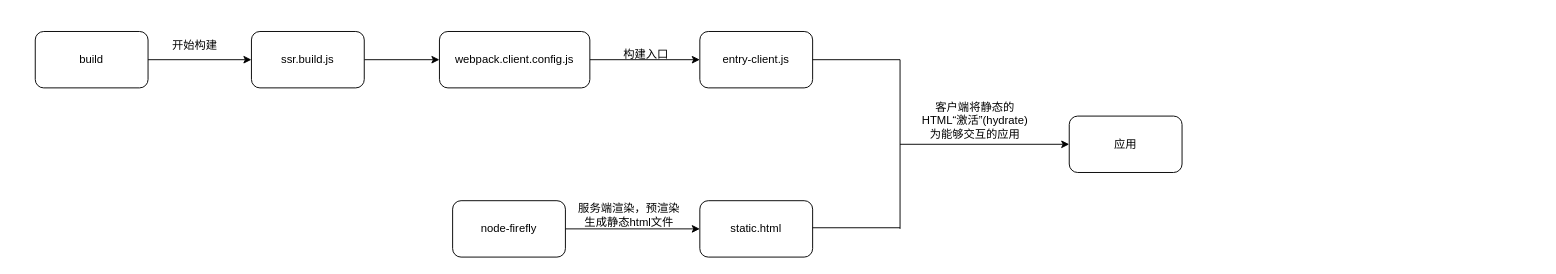
Hantron/jira keeps this draw.io diagram as 建站落地页构建路径.drawio. Above is the earlier version. Source tidied: cells renumbered, new cells numbered last; positions are measured from the earlier drawing's top-left corner, leaving out a move shared by most shapes. Both pictures are drawn from the tidied source at 94%, with x=0, y=0 at pixel (35, 31).
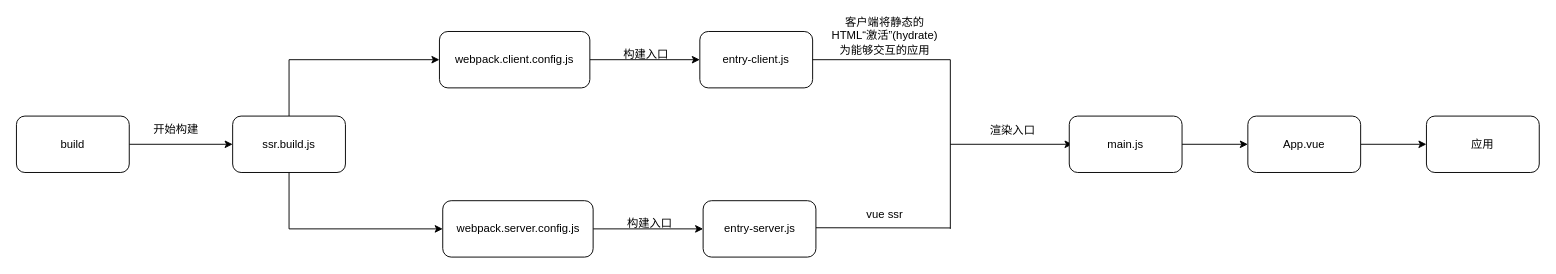
Above is the later version.

Commit message (it also covers changes not shown here):
更新建站落地页构建路径.drawio

The change refers to these unchanged cells:
```xml
<mxCell id="7" value="webpack.client.config.js" style="rounded=1;whiteSpace=wrap;html=1;" parent="1" vertex="1">
  <mxGeometry x="430" width="160" height="60" as="geometry" />
</mxCell>
<mxCell id="8" value="entry-client.js" style="rounded=1;whiteSpace=wrap;html=1;" parent="1" vertex="1">
  <mxGeometry x="707" width="120" height="60" as="geometry" />
</mxCell>
```

What changed in the source:
```diff
@@
     <mxCell id="3" value="build" style="rounded=1;whiteSpace=wrap;html=1;" parent="1" vertex="1">
-      <mxGeometry width="120" height="60" as="geometry" />
+      <mxGeometry x="-20" y="90" width="120" height="60" as="geometry" />
     </mxCell>
     <mxCell id="4" style="edgeStyle=orthogonalEdgeStyle;rounded=0;jettySize=auto;html=1;" parent="1" edge="1" source="5" target="7">
-      <mxGeometry relative="1" as="geometry" />
+      <mxGeometry relative="1" as="geometry">
+        <Array as="points">
+          <mxPoint x="270" y="30" />
+        </Array>
+      </mxGeometry>
     </mxCell>
     <mxCell id="5" value="ssr.build.js" style="rounded=1;whiteSpace=wrap;html=1;" parent="1" vertex="1">
-      <mxGeometry x="230" width="120" height="60" as="geometry" />
+      <mxGeometry x="210" y="90" width="120" height="60" as="geometry" />
     </mxCell>
@@
     <mxCell id="10" value="开始构建" style="text;html=1;strokeColor=none;fillColor=none;align=center;verticalAlign=middle;whiteSpace=wrap;rounded=0;" parent="1" vertex="1">
-      <mxGeometry x="140" width="60" height="30" as="geometry" />
+      <mxGeometry x="120" y="90" width="60" height="30" as="geometry" />
     </mxCell>
     <mxCell id="11" value="应用" style="rounded=1;whiteSpace=wrap;html=1;" parent="1" vertex="1">
-      <mxGeometry x="1100" y="90" width="120" height="60" as="geometry" />
+      <mxGeometry x="1480" y="90" width="120" height="60" as="geometry" />
     </mxCell>
     <mxCell id="12" value="客户端将静态的 HTML“激活”(hydrate) 为能够交互的应用" style="text;html=1;strokeColor=none;fillColor=none;align=center;verticalAlign=middle;whiteSpace=wrap;rounded=0;" parent="1" vertex="1">
-      <mxGeometry x="940" y="80" width="120" height="30" as="geometry" />
+      <mxGeometry x="843.5" y="-10" width="120" height="30" as="geometry" />
     </mxCell>
-    <mxCell id="13" value="node-firefly" style="rounded=1;whiteSpace=wrap;html=1;" parent="1" vertex="1">
-      <mxGeometry x="444" y="180" width="120" height="60" as="geometry" />
-    </mxCell>
-    <mxCell id="14" style="endArrow=classic;html=1;rounded=0;exitX=1;exitY=0.5;exitDx=0;exitDy=0;" parent="1" edge="1" source="13">
-      <mxGeometry relative="1" as="geometry">
-        <mxPoint x="707" y="210" as="targetPoint" />
-      </mxGeometry>
-    </mxCell>
-    <mxCell id="15" value="服务端渲染，预渲染生成静态html文件" style="text;html=1;strokeColor=none;fillColor=none;align=center;verticalAlign=middle;whiteSpace=wrap;rounded=0;" parent="1" vertex="1">
-      <mxGeometry x="577" y="180" width="110" height="30" as="geometry" />
-    </mxCell>
-    <mxCell id="16" value="static.html" style="rounded=1;whiteSpace=wrap;html=1;" parent="1" vertex="1">
-      <mxGeometry x="707" y="180" width="120" height="60" as="geometry" />
-    </mxCell>
     <mxCell id="17" style="endArrow=none;html=1;rounded=0;exitX=1;exitY=0.5;exitDx=0;exitDy=0;" parent="1" edge="1" source="8">
       <mxGeometry relative="1" as="geometry">
-        <mxPoint x="920" y="30" as="targetPoint" />
+        <mxPoint x="973.5" y="30" as="targetPoint" />
       </mxGeometry>
     </mxCell>
     <mxCell id="18" style="endArrow=none;html=1;rounded=0;exitX=1;exitY=0.5;exitDx=0;exitDy=0;" parent="1" edge="1">
       <mxGeometry relative="1" as="geometry">
-        <mxPoint x="827" y="208.8" as="sourcePoint" />
-        <mxPoint x="920" y="208.8" as="targetPoint" />
+        <mxPoint x="830.5" y="208.8" as="sourcePoint" />
+        <mxPoint x="973.5" y="209" as="targetPoint" />
       </mxGeometry>
     </mxCell>
     <mxCell id="19" style="endArrow=none;html=1;rounded=0;" parent="1" edge="1">
       <mxGeometry relative="1" as="geometry">
-        <mxPoint x="920" y="30" as="sourcePoint" />
-        <mxPoint x="920" y="210" as="targetPoint" />
+        <mxPoint x="973.5" y="30" as="sourcePoint" />
+        <mxPoint x="973.5" y="210" as="targetPoint" />
       </mxGeometry>
     </mxCell>
-    <mxCell id="20" style="endArrow=classic;html=1;rounded=0;entryX=0;entryY=0.5;entryDx=0;entryDy=0;" parent="1" edge="1" target="11">
+    <mxCell id="20" style="endArrow=classic;html=1;rounded=0;entryX=0;entryY=0.5;entryDx=0;entryDy=0;" parent="1" edge="1">
       <mxGeometry relative="1" as="geometry">
-        <mxPoint x="920" y="120" as="sourcePoint" />
+        <mxPoint x="973.5" y="120" as="sourcePoint" />
+        <mxPoint x="1103.5" y="120" as="targetPoint" />
       </mxGeometry>
     </mxCell>
+    <mxCell id="21" style="edgeStyle=orthogonalEdgeStyle;rounded=0;jettySize=auto;html=1;" parent="1" edge="1" source="22" target="23">
+      <mxGeometry relative="1" as="geometry" />
+    </mxCell>
+    <mxCell id="22" value="webpack.server.config.js" style="rounded=1;whiteSpace=wrap;html=1;" parent="1" vertex="1">
+      <mxGeometry x="433.5" y="180" width="160" height="60" as="geometry" />
+    </mxCell>
+    <mxCell id="23" value="entry-server.js" style="rounded=1;whiteSpace=wrap;html=1;" parent="1" vertex="1">
+      <mxGeometry x="710.5" y="180" width="120" height="60" as="geometry" />
+    </mxCell>
+    <mxCell id="24" value="构建入口" style="text;html=1;strokeColor=none;fillColor=none;align=center;verticalAlign=middle;whiteSpace=wrap;rounded=0;" parent="1" vertex="1">
+      <mxGeometry x="623.5" y="190" width="60" height="30" as="geometry" />
+    </mxCell>
+    <mxCell id="25" value="vue ssr" style="text;html=1;strokeColor=none;fillColor=none;align=center;verticalAlign=middle;whiteSpace=wrap;rounded=0;" parent="1" vertex="1">
+      <mxGeometry x="873.5" y="180" width="60" height="30" as="geometry" />
+    </mxCell>
+    <mxCell id="26" style="endArrow=classic;html=1;rounded=0;exitX=0.5;exitY=1;exitDx=0;exitDy=0;entryX=0;entryY=0.5;entryDx=0;entryDy=0;" parent="1" edge="1" source="5" target="22">
+      <mxGeometry relative="1" as="geometry">
+        <Array as="points">
+          <mxPoint x="270" y="210" />
+        </Array>
+      </mxGeometry>
+    </mxCell>
+    <mxCell id="27" style="edgeStyle=orthogonalEdgeStyle;rounded=0;jettySize=auto;html=1;" parent="1" edge="1" source="28" target="30">
+      <mxGeometry relative="1" as="geometry" />
+    </mxCell>
+    <mxCell id="28" value="main.js" style="rounded=1;whiteSpace=wrap;html=1;" parent="1" vertex="1">
+      <mxGeometry x="1100" y="90" width="120" height="60" as="geometry" />
+    </mxCell>
+    <mxCell id="29" style="edgeStyle=orthogonalEdgeStyle;rounded=0;jettySize=auto;html=1;" parent="1" edge="1" source="30" target="11">
+      <mxGeometry relative="1" as="geometry" />
+    </mxCell>
+    <mxCell id="30" value="App.vue" style="rounded=1;whiteSpace=wrap;html=1;" parent="1" vertex="1">
+      <mxGeometry x="1290" y="90" width="120" height="60" as="geometry" />
+    </mxCell>
+    <mxCell id="31" value="渲染入口" style="text;html=1;strokeColor=none;fillColor=none;align=center;verticalAlign=middle;whiteSpace=wrap;rounded=0;" parent="1" vertex="1">
+      <mxGeometry x="1010" y="91" width="60" height="30" as="geometry" />
+    </mxCell>
```
